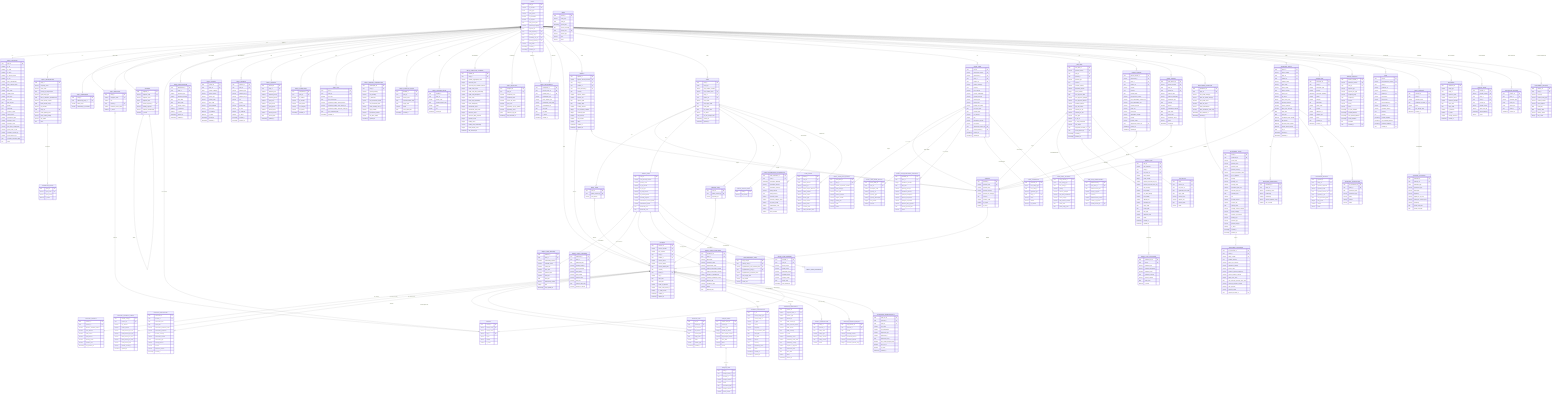
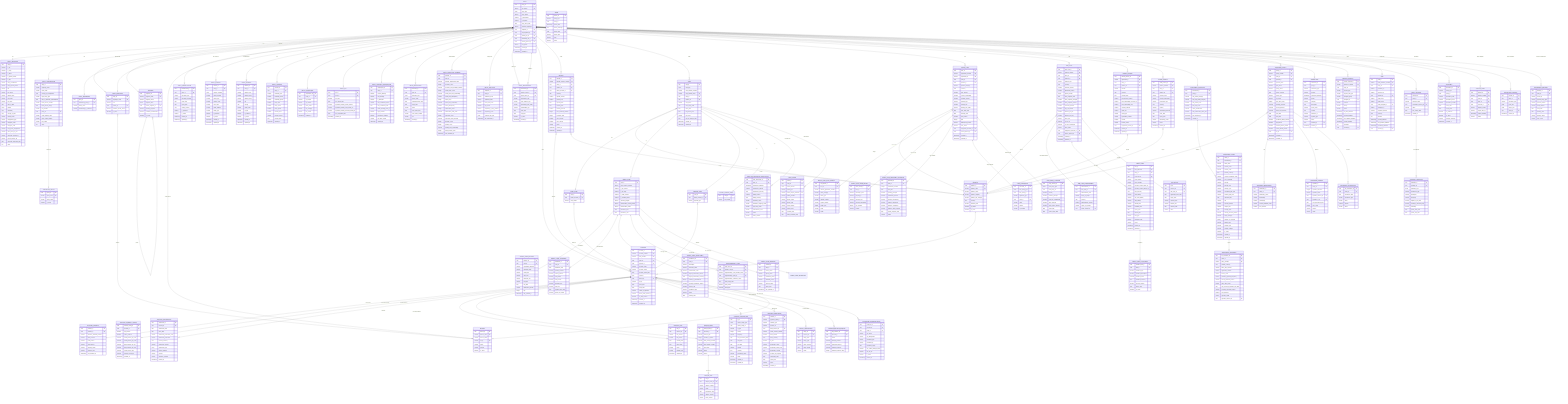
```mermaid
erDiagram

  %% ─────────────────────────────────────────────────────────
  %% DOMAIN: PARTY
  %% ─────────────────────────────────────────────────────────

  PARTY {
    uuid party_id PK
    varchar cif_number UK
    enum party_type
    varchar party_status
    boolean is_blacklisted
    boolean is_negated
    date party_since_date
    varchar preferred_language
    uuid segment_id FK
    uuid sub_segment_id FK
    uuid primary_rm_id FK
    uuid secondary_rm_id FK
    uuid primary_branch_id FK
    varchar risk_profile
    timestamp created_at
    timestamp updated_at
  }

  PARTY_INDIVIDUAL {
    uuid party_id PK
    boolean is_vip
    boolean is_royal
    boolean is_minor
    boolean is_special_needs
    boolean is_pep
    varchar party_classification
    varchar party_special_status
    varchar title
    varchar first_name
    varchar middle_name
    varchar last_name
    varchar full_name
    date date_of_birth
    enum gender
    char nationality
    char country_of_birth
    varchar marital_status
    varchar employment_type
    varchar employer_name
    varchar employer_code
    numeric total_years_employment
    numeric years_since_in_uae
    varchar customer_sourced_by
    varchar source_branch_sol
    date customer_deceased_date
    text notes
  }

  PARTY_ORGANIZATION {
    uuid party_id PK
    varchar company_name
    varchar short_name
    char country_of_incorporation
    varchar legal_entity_type
    date date_of_business_establishment
    varchar trade_license_number
    date trade_license_expiry
    varchar gcd_number
    uuid group_id FK
    varchar credit_grading_code
    varchar group_credit_grading
    varchar risk_profile
    text notes
  }

  CORPORATE_GROUP {
    uuid group_id PK
    varchar group_code UK
    varchar group_name
    boolean is_active
  }

  PARTY_IDENTIFICATION {
    uuid identification_id PK
    uuid party_id FK
    varchar document_type
    varchar document_number
    date issue_date
    date expiry_date
    char issuing_country
    boolean is_preferred
    boolean is_active
    timestamp created_at
    timestamp updated_at
  }

  PARTY_CONTACT {
    uuid contact_id PK
    uuid party_id FK
    enum contact_category
    varchar phone_number
    varchar phone_type
    varchar country_code
    varchar area_code
    varchar email_address
    varchar email_type
    boolean is_preferred
    boolean is_active
    timestamp created_at
    timestamp updated_at
  }

  PARTY_ADDRESS {
    uuid address_id PK
    uuid party_id FK
    varchar address_type
    varchar address_line_1
    varchar address_line_2
    varchar city
    char country
    varchar postal_code
    varchar po_box
    boolean is_preferred
    boolean is_active
    timestamp created_at
    timestamp updated_at
  }

  PARTY_CONSENT {
    uuid consent_id PK
    uuid party_id FK
    boolean marketing_sms
    boolean marketing_email
    boolean marketing_phone
    boolean group_sms
    boolean group_email
    boolean group_phone
    boolean consent_aecb
    varchar consent_source
    date consent_date
    timestamp updated_at
  }

  PARTY_COMPLIANCE {
    uuid compliance_id PK
    uuid party_id FK
    boolean us_relation
    varchar tin_number
    varchar fatca_status
    varchar crs_category
    varchar crs_criteria
    timestamp updated_at
  }

  PARTY_KYC {
    uuid kyc_id PK
    uuid party_id FK
    boolean kyc_held
    date kyc_review_date
    numeric expected_monthly_credit_turnover
    numeric expected_monthly_cash_credit_pct
    numeric expected_monthly_noncash_credit_pct
    date kyc_completed_date
    timestamp updated_at
  }

  PARTY_CHANNEL_SUBSCRIPTION {
    uuid subscription_id PK
    uuid party_id FK
    boolean internet_banking
    boolean sms_banking
    boolean e_statement
    varchar aani_enrollment_status
    date aani_enrollment_date
    varchar online_banking_user_id
    boolean login_enabled
    boolean transaction_enabled
    varchar rak_token_status
    timestamp updated_at
  }

-   PARTY_BLACKLIST_DETAIL {
-     uuid blacklist_id PK
-     uuid party_id FK
+   PARTY_RESTRICTION {
+     uuid restriction_id PK
+     uuid party_id FK
+     enum restriction_type
    varchar reason_code
    date commencement_date
    date expiry_date
    varchar status
    date court_order_date
-     timestamp created_at
-   }
- 
-   PARTY_NEGATED_DETAIL {
-     uuid negated_id PK
-     uuid party_id FK
-     varchar reason_code
-     date commencement_date
-     varchar status
+     varchar court_order_number
    varchar unit
    timestamp created_at
  }

  PARTY_RELATIONSHIP {
    uuid relationship_id PK
    uuid primary_party_id FK
    uuid related_party_id FK
    varchar relationship_type
    varchar bank_relation_type
    varchar relationship_with_entity
    numeric shareholding_pct
    date start_date
    date end_date
    boolean is_active
    timestamp created_at
  }

  PARTY_PORTFOLIO_SUMMARY {
    uuid portfolio_id PK
    uuid party_id FK
    numeric portfolio_aggregated_value
    integer accounts_count
    numeric accounts_total_available_balance
    integer credit_cards_count
    numeric credit_card_total_outstanding
    varchar credit_card_delinquency
    integer loans_count
    numeric loans_total_outstanding
    varchar loans_delinquency
    integer investments_count
    numeric investments_total_value
    integer insurance_count
    numeric insurance_total_premium
    integer deposits_count
    integer lending_count
    numeric lending_total_outstanding
    integer trade_finance_count
    timestamp last_refreshed_at
  }

  PARTY_ANALYTICS {
    uuid analytics_id PK
    uuid party_id FK
    numeric sentiment_score
    varchar sentiment_label
    numeric churn_risk_score
    numeric nps_score
    varchar propensity_to_buy_product
    numeric propensity_score
    jsonb customer_kpi_json
    timestamp last_refreshed_at
  }

  SEGMENT {
    uuid segment_id PK
    varchar segment_code UK
    varchar segment_name
    enum segment_level
    uuid parent_segment_id FK
    varchar industry_segment
    varchar customer_classification
    boolean is_active
  }

  PARTY_EMPLOYEE {
    uuid party_id PK
    varchar employee_code UK
    varchar role
    uuid branch_id FK
    varchar business_center_name
    boolean is_active
  }

  PARTY_REFERENCE {
    uuid party_id PK
    uuid referencing_party_id FK
    varchar friend_name
    varchar relationship_to_customer
  }

  BRANCH {
    uuid branch_id PK
    varchar branch_code UK
    varchar branch_name
    varchar sol_id UK
    varchar region
    varchar emirate
    boolean is_active
  }

  %% ─────────────────────────────────────────────────────────
  %% DOMAIN: PRODUCTS — ACCOUNTS & CARDS
  %% ─────────────────────────────────────────────────────────

  PRODUCT {
    uuid product_id PK
    varchar product_code UK
    varchar product_name
    varchar product_category
    varchar product_sub_category
    char currency
    varchar scheme_code
    boolean is_islamic
    boolean is_active
  }

  ACCOUNT {
    uuid account_id PK
    varchar account_number UK
    varchar iban_number UK
    uuid party_id FK
    uuid product_id FK
    varchar account_name
    varchar account_status
    date account_status_date
    char currency
    uuid branch_id FK
    varchar sol_id
    date open_date
    date close_date
    varchar mode_of_operation
    varchar freeze_code_reason_1
    boolean is_staff_account
    timestamp created_at
    timestamp updated_at
  }

  ACCOUNT_BALANCE {
    uuid balance_id PK
    uuid account_id FK
    numeric effective_available_balance
    numeric clear_balance
    numeric hold_amount
    numeric float_balance
    numeric drawing_power
    numeric sanction_limit
    timestamp last_updated_at
  }

  ACCOUNT_INTEREST_CONFIG {
    uuid interest_config_id PK
    uuid account_id FK
    boolean pay_interest
    boolean collect_interest
    numeric credit_interest_pct_min
    numeric credit_interest_pct_max
    numeric debit_interest_pct_min
    numeric debit_interest_pct_max
    numeric credit_interest_amt
    numeric interest_accrued_cr
    timestamp updated_at
  }

  ACCOUNT_TRANSACTION {
    uuid transaction_id PK
    uuid account_id FK
    date transaction_date
    date value_date
    varchar transaction_particulars_code
    varchar transaction_particulars
    char account_currency
    numeric transaction_amount
    enum transaction_type
    numeric running_balance
    varchar channel
    varchar reference_number
    timestamp created_at
  }

  ACCOUNT_LIEN {
    uuid lien_id PK
    uuid account_id FK
    numeric lien_amount
    varchar lien_reason
    date created_date
    date expiry_date
    varchar status
    varchar module_type
    timestamp updated_at
  }

  CHEQUE_BOOK {
    uuid cheque_book_id PK
    uuid account_id FK
    varchar cheque_type
    integer number_of_leaves
    varchar start_cheque_number
    varchar end_cheque_number
    date issue_date
    varchar status
    varchar source
  }

  CHEQUE_LEAF {
    uuid leaf_id PK
    uuid cheque_book_id FK
-     uuid account_id FK
    varchar cheque_number
    varchar status
    date transaction_date
    numeric cheque_amount
    varchar return_reason
  }

  STANDING_INSTRUCTION {
    uuid si_id PK
    enum source_entity_type
    uuid source_entity_id
    varchar si_type
    integer priority
    varchar frequency
    date next_execution_date
    date start_date
    date end_date
    numeric amount
    char currency
    varchar beneficiary_name
    varchar status
    timestamp created_at
    timestamp updated_at
  }

  TRANSFER_REMITTANCE {
    uuid transfer_id PK
    varchar payment_order_id UK
    varchar transfer_type
    varchar channel_id
    uuid debit_account_id FK
    varchar credit_account_number
    numeric debit_amount
    char debit_currency
    numeric fx_rate
    varchar beneficiary_name
    varchar beneficiary_bank_swift
    char beneficiary_country
    varchar purpose_of_payment
    date transaction_date
    date value_date
    varchar status
    timestamp created_at
  }

  DEPOSIT {
    uuid deposit_id PK
    varchar deposit_account_number UK
    uuid party_id FK
    uuid product_id FK
    uuid linked_account_id FK
    char currency
    numeric deposit_amount
    numeric interest_rate
    date opening_date
    date maturity_date
    numeric maturity_amount
    integer max_renewals_allowed
    integer renewals_done
    boolean auto_renewal
    boolean auto_closure
    varchar status
    timestamp created_at
    timestamp updated_at
  }

  CARD {
    uuid card_id PK
    enum card_type
    varchar card_number_masked
    varchar card_number_token UK
    uuid party_id FK
    uuid product_id FK
    varchar card_status
    char card_expiry_date
    date issue_date
    date last_renew_date
    varchar pin_status
    date pin_last_change_date
    timestamp created_at
    timestamp updated_at
  }

  DEBIT_CARD {
    uuid card_id PK
    uuid linked_account_id FK
    varchar card_variant
  }

  PREPAID_CARD {
    uuid card_id PK
    uuid linked_account_id FK
    varchar prepaid_type
  }

  CREDIT_CARD {
    uuid card_id PK
    varchar card_account_number
-     varchar product_code
    boolean is_vip_normal
    boolean is_vip_high
    boolean is_staff_account
    boolean is_enrolled_falcon
    varchar rewards_program
    varchar authorization_control_profile
    varchar authorization_status
    date deactivate_from
    date deactivate_until
  }

  DIGITAL_ACCESS_CARD {
    uuid card_id PK
    varchar dac_holder
  }

  CREDIT_CARD_BALANCE {
    uuid balance_id PK
    uuid card_id FK
    numeric outstanding_balance
    numeric available_funds
    numeric credit_limit
    numeric cash_limit
    numeric minimum_due
    numeric total_due
    date due_date
    varchar delinquency_bucket
    integer dpd
    timestamp last_updated_at
  }

  CREDIT_CARD_STATEMENT {
    uuid statement_id PK
    uuid card_id FK
    date statement_date
    numeric opening_balance
    numeric closing_balance
    numeric total_debits
    numeric total_credits
    numeric minimum_due
    numeric total_due
    date payment_due_date
    numeric quote_for_closure
  }

  CARD_AUTHORIZATION_TRANSACTION {
    uuid auth_transaction_id PK
    uuid card_id FK
    timestamp transaction_datetime
    numeric transaction_amount
    char transaction_currency
    numeric billing_amount
    char billing_currency
    varchar merchant_name
    varchar merchant_category_code
    varchar pos_entry_mode
    varchar authorization_code
    varchar status
    varchar token_number
  }

  CARD_TOKEN {
    uuid token_id PK
    uuid card_id FK
    enum token_network
    varchar token_type
    varchar token_unique_reference UK
    varchar wallet_provider
    varchar device_name
    varchar device_type
    varchar serial_number
    varchar token_status
    date creation_date
    date initial_activation_date
  }

  CREDIT_CARD_INSTALLMENT {
    uuid installment_id PK
    uuid card_id FK
    varchar description
    varchar merchant_name
    varchar authorization_code
    numeric original_transaction_amount
    char original_transaction_currency
    integer number_of_installments
    numeric monthly_installment_amount
    numeric interest_rate
    varchar installment_type
    varchar status
    date booking_date
  }

  SUPPLEMENTARY_CARD {
    uuid supp_card_id PK
    uuid primary_card_id FK
    varchar supplementary_card_number_token UK
    uuid supplementary_party_id FK
    varchar supplementary_customer_name
    char card_expiry_date
    varchar card_status
    numeric credit_limit
  }

  CREDIT_CARD_REWARDS {
    uuid rewards_id PK
    uuid card_id FK
    numeric bonus_points
    numeric spend_points
    numeric redeemed_points
    numeric available_points
    numeric expiring_points
    date expiry_date
    timestamp last_updated_at
  }

  AUTHORIZED_REPRESENTATIVE {
    uuid auth_rep_id PK
    uuid account_id FK
    uuid party_id FK
    varchar rep_name
    varchar rep_designation
    varchar document_type
    varchar document_id
    date document_expiry
    boolean can_collect_cheque_book
    boolean can_do_eft
    boolean is_active
    timestamp created_at
  }

  %% ─────────────────────────────────────────────────────────
  %% DOMAIN: LENDING
  %% ─────────────────────────────────────────────────────────

  RETAIL_LOAN {
    uuid loan_id PK
    varchar agreement_number UK
    varchar agreement_id UK
    uuid party_id FK
    uuid product_id FK
    varchar product_category
    char currency
    numeric loan_amount
    numeric current_outstanding
    numeric overdue_amount
    varchar interest_type
    numeric interest_rate
    varchar floating_rate_index
    date loan_start_date
    date maturity_date
    numeric emi_amount
    integer dpd
    varchar delinquency_bucket
    varchar loan_status
    uuid repayment_account_id FK
    uuid source_branch_id FK
    timestamp created_at
    timestamp updated_at
  }

  RETAIL_LOAN_AUTO_DETAILS {
    uuid auto_detail_id PK
    uuid loan_id FK
    varchar vehicle_registration_number
    varchar asset_category
    varchar asset_type
    varchar chassis_number
    varchar engine_number
    integer model_year
    varchar make
    varchar model
  }

  RETAIL_LOAN_HOME_DETAILS {
    uuid home_detail_id PK
    uuid loan_id FK
    varchar developer_code
    varchar property_id
    varchar property_type
    varchar property_description
    integer lien_position
    varchar emirate
  }

  RETAIL_LOAN_REPAYMENT_SCHEDULE {
    uuid schedule_id PK
    uuid loan_id FK
    integer installment_number
    date due_date
    numeric opening_principal
    numeric installment_amount
    numeric principal_component
    numeric interest_component
    numeric charges_component
    numeric balance_after_payment
    date actual_payment_date
    varchar status
  }

  LOAN_GUARANTOR {
    uuid guarantor_id PK
    enum loan_entity_type
    uuid loan_entity_id
    varchar applicant_type
    uuid party_id FK
    varchar name
    varchar relation
    varchar cif_number
  }

  LOAN_EARLY_CLOSURE {
    uuid early_closure_id PK
    enum loan_entity_type
    uuid loan_entity_id
    numeric penalty
    numeric balance_principal
    numeric past_due_installments
    numeric other_charges
    numeric total_closure_amount
    date quote_date
    date quote_expiry_date
  }

  SME_LOAN {
    uuid sme_loan_id PK
    varchar product_number UK
    uuid party_id FK
    uuid product_id FK
    varchar product_type
    char currency
    numeric sanction_amount
    numeric disbursed_amount
    integer period_months
    date next_payment_date
    numeric next_payment_principal
    numeric next_payment_interest
    numeric schedule_balance
    numeric pay_off_amount
    numeric interest_pct_min
    numeric interest_pct_max
    varchar loan_type
    boolean is_top_up
    boolean is_auto_reschedule
    varchar loan_status
    uuid repayment_account_id FK
    uuid source_branch_id FK
    timestamp created_at
    timestamp updated_at
  }

  SME_LOAN_DISBURSEMENT {
    uuid disbursement_id PK
    uuid sme_loan_id FK
    date disbursement_date
    varchar stage_of_project
    char currency
    numeric disbursement_amount
    varchar mode_of_payment
    uuid credit_account_id FK
  }

  CREDIT_LIMIT {
    uuid limit_id PK
    varchar limit_reference UK
    uuid party_id FK
    uuid sme_loan_id FK
    varchar level_number
    integer serial_number
    numeric sanction_amount_limit_ccy
    numeric sanction_amount_home_ccy
    char limit_currency
    numeric fund_liability
    numeric non_fund_liability
    numeric total_liability
    numeric utilized_limit
    numeric available_limit
    date expiry_date
    date review_date
    varchar limit_type
    varchar collateral_code
    varchar status
    timestamp created_at
    timestamp updated_at
  }

  CREDIT_LIMIT_COLLATERAL {
    uuid collateral_link_id PK
    uuid limit_id FK
    varchar collateral_type
    varchar collateral_description
    numeric collateral_value
    char collateral_currency
    varchar account_number
    date expiry_date
    boolean is_active
  }

  OD_FACILITY {
    uuid od_id PK
    uuid account_id FK
    uuid sme_loan_id FK
    date application_from_date
    date expiry_date
    numeric sanction_limit
    numeric interest_rate
    date sanction_date
    varchar status
  }

  ISLAMIC_FINANCE {
    uuid islamic_finance_id PK
    varchar agreement_id UK
    uuid party_id FK
    uuid product_id FK
    varchar scheme
    char currency
    date maturity_date
    numeric total_finance_amount
    numeric total_outstanding_account_ccy
    numeric total_outstanding_aed
    numeric overdue_amount
    numeric profit_rate
    varchar asset_type
    varchar registration_number
    boolean insured
    varchar finance_status
    uuid repayment_account_id FK
    timestamp created_at
    timestamp updated_at
  }

  TRADE_FINANCE {
    uuid trade_finance_id PK
    varchar product_number UK
    uuid party_id FK
    uuid product_id FK
    varchar scheme_code
    varchar scheme_description
    varchar instrument_type
    char currency
    numeric amount
    numeric outstanding_amount
    date issue_date
    date expiry_date
    varchar beneficiary_name
    varchar status
    timestamp created_at
  }

  %% ─────────────────────────────────────────────────────────
  %% DOMAIN: INVESTMENTS & INSURANCE
  %% ─────────────────────────────────────────────────────────

  INVESTMENT_PORTFOLIO {
    uuid investment_id PK
    uuid party_id FK
    varchar risk_profile_category
    varchar final_risk_profile_category
    numeric risk_profile_score
    numeric final_risk_score
    varchar client_classification
    numeric total_investment_value_aed
    timestamp last_refreshed_at
    timestamp created_at
  }

  INVESTMENT_ASSET {
    uuid asset_id PK
    uuid investment_id FK
    varchar asset_class
    varchar product_name
    varchar product_code
    char product_currency
    numeric current_investment_value
    numeric pct_of_portfolio
    numeric quantity
    varchar quantity_unit
    numeric average_cost
    numeric unrealized_gain_loss
    numeric realized_gain_loss
    date valuation_date
    numeric nav
    numeric accrued_interest
    numeric coupon_rate
    date maturity_date
    varchar custody_account_number
    varchar equity_category
    integer number_of_contracts
    varchar holding_type
    varchar product_type
    varchar product_subtype
    boolean is_active
    timestamp created_at
    timestamp updated_at
  }

  INVESTMENT_INSURANCE {
    uuid inv_insurance_id PK
    uuid asset_id FK
    varchar policy_number UK
    char product_currency
    numeric basic_sum_assured
    varchar application_number
    varchar insurer_code
    varchar premium_payment_frequency
    numeric annual_premium_amount
    integer policy_term_years
    date next_recurring_premium_due_date
    numeric recurring_premium_amount
    boolean auto_premium
    varchar payment_mode
    uuid payment_account_id FK
  }

  INSURANCE_POLICY {
    uuid policy_id PK
    varchar policy_number UK
    uuid party_id FK
    uuid product_id FK
    varchar product_name
    varchar plan_name
    varchar policy_status
    char policy_currency
    varchar policy_type
    varchar isp_name
    integer plan_term_years
    numeric monthly_premium
    numeric annual_premium
    numeric basic_sum_assured
    date start_date
    date end_date
    boolean accidental_death_benefit
    boolean ptd_benefit
    boolean terminal_illness_benefit
    boolean critical_illness_benefit
    uuid rm_id FK
    timestamp created_at
    timestamp updated_at
  }

  INSURANCE_BENEFICIARY {
    uuid beneficiary_id PK
    uuid policy_id FK
    varchar beneficiary_name
    varchar relationship
    numeric percentage
    varchar covered_member_name
    numeric sum_covered
  }

  INSURANCE_PAYMENT {
    uuid payment_id PK
    uuid policy_id FK
    integer payment_sequence
    varchar payment_mode
    uuid payment_account_id FK
    uuid payment_cc_id FK
    date next_processing_date
    integer retry_count
    numeric amount
    varchar status
  }

  INSURANCE_TRANSACTION {
    uuid ins_transaction_id PK
    uuid policy_id FK
    date transaction_date
    varchar transaction_type
    varchar mode
    numeric amount
    varchar status
  }

  %% ─────────────────────────────────────────────────────────
  %% DOMAIN: CRM OPERATIONS
  %% ─────────────────────────────────────────────────────────

  INTERACTION {
    uuid interaction_id PK
    uuid party_id FK
    varchar interaction_type
    varchar channel
    timestamp interaction_datetime
    varchar priority
    varchar category
    text description
    varchar event_name
    text content
    varchar reference_id
    varchar request_type
    varchar status
    uuid created_by FK
    timestamp created_at
  }

  SERVICE_REQUEST {
    uuid service_request_id PK
    varchar reference_number UK
    uuid party_id FK
    varchar request_type
    varchar request_sub_type
    varchar assigned_group
    uuid assigned_to FK
    varchar channel
    varchar priority
    varchar status
    timestamp sla_due_datetime
    timestamp created_datetime
    timestamp last_updated_datetime
    timestamp closed_datetime
    text resolution
    uuid created_by FK
  }

  LEAD {
    uuid lead_id PK
    varchar lead_reference_number UK
    uuid party_id FK
    varchar customer_cif
    varchar prospect_cif
    uuid product_id FK
    varchar lead_status
    varchar lead_source
    uuid lead_assigned_to FK
    varchar campaign_id
    numeric expected_amount
    char currency
    text remarks
    timestamp created_datetime
    timestamp last_updated_datetime
    timestamp converted_datetime
    uuid created_by FK
  }

  PARTY_PACKAGE {
    uuid package_id PK
    uuid party_id FK
    varchar package_name
    uuid enrollment_account_id FK
    varchar status
    date last_activity_date
    timestamp created_at
  }

  PACKAGE_UTILIZATION {
    uuid utilization_id PK
    uuid package_id FK
    enum utilization_type
    varchar transaction_type
    varchar description
    varchar frequency
    numeric eligible_at_cif_level
    numeric availed_at_account_level
    numeric remaining
    date period_start_date
    date period_end_date
  }

  DOCUMENT {
    uuid document_id PK
    varchar entity_type
    uuid entity_id
    varchar document_code
    varchar document_name
    varchar document_number
    date issue_date
    date expiry_date
    boolean is_preferred
    boolean is_active
    varchar storage_reference
    timestamp created_at
  }

  MEMO {
    uuid memo_id PK
    varchar entity_type
    uuid entity_id
    timestamp memo_date
    text memo_message
    uuid memo_user FK
    varchar memo_type
    varchar topic
    varchar intent
  }

  DISPUTE_FORM {
    uuid dispute_id PK
    varchar dispute_number UK
    uuid party_id FK
    uuid card_id FK
    uuid account_id FK
    varchar dispute_reason
    varchar report_sent_by
    timestamp raised_datetime
    varchar status
  }

  CALCULATOR_SESSION {
    uuid session_id PK
    uuid party_id FK
    varchar calculator_type
    jsonb input_json
    jsonb output_json
    uuid used_by FK
    timestamp created_at
  }

  SALARY_TRANSACTION {
    uuid salary_id PK
    uuid account_id FK
    date salary_date
    varchar salary_type
    numeric salary_amount
    char salary_month
    varchar status
  }

  ESTATEMENT_DELIVERY {
    uuid delivery_id PK
    uuid party_id FK
    varchar record_id
    varchar product_entity_type
    varchar product_number
    varchar email_address
    date send_date
    date delivery_date
    varchar delivery_status
    integer retry_count
  }

  AVERAGE_BALANCE_ENQUIRY {
    uuid avg_balance_id PK
    uuid account_id FK
    char month
    numeric average_balance
    numeric maximum_balance
    numeric minimum_balance
    integer minimum_balance_days
  }

  %% ─────────────────────────────────────────────────────────
  %% RELATIONSHIPS
  %% ─────────────────────────────────────────────────────────

  PARTY ||--o| PARTY_INDIVIDUAL : "is-a"
  PARTY ||--o| PARTY_ORGANIZATION : "is-a"
  PARTY ||--o| PARTY_EMPLOYEE : "is-a"
  PARTY ||--o| PARTY_REFERENCE : "is-a"
  PARTY_ORGANIZATION }o--o| CORPORATE_GROUP : "belongs to"
  SEGMENT ||--o{ SEGMENT : "parent"
  PARTY }o--o| SEGMENT : "segment"
  PARTY }o--o| PARTY_EMPLOYEE : "primary RM"
  PARTY }o--o| BRANCH : "home branch"
  PARTY_EMPLOYEE }o--o| BRANCH : "works at"

  PARTY ||--o{ PARTY_IDENTIFICATION : "has"
  PARTY ||--o{ PARTY_CONTACT : "has contacts"
  PARTY ||--o{ PARTY_ADDRESS : "has addresses"
  PARTY ||--o| PARTY_CONSENT : "has"
  PARTY ||--o| PARTY_COMPLIANCE : "has"
  PARTY ||--o| PARTY_KYC : "has"
  PARTY ||--o| PARTY_CHANNEL_SUBSCRIPTION : "has"
-   PARTY ||--o{ PARTY_BLACKLIST_DETAIL : "has"
-   PARTY ||--o{ PARTY_NEGATED_DETAIL : "has"
+   PARTY ||--o{ PARTY_RESTRICTION : "has"
  PARTY ||--o| PARTY_PORTFOLIO_SUMMARY : "summarised in"
  PARTY ||--o| PARTY_ANALYTICS : "analysed in"
  PARTY ||--o{ PARTY_RELATIONSHIP : "primary in"
  PARTY ||--o{ PARTY_RELATIONSHIP : "related in"

  PARTY ||--o{ ACCOUNT : "owns"
  ACCOUNT ||--|| ACCOUNT_BALANCE : "has balance"
  ACCOUNT ||--o| ACCOUNT_INTEREST_CONFIG : "has interest config"
  ACCOUNT ||--o{ ACCOUNT_TRANSACTION : "has transactions"
  ACCOUNT ||--o{ ACCOUNT_LIEN : "has liens"
  ACCOUNT ||--o{ CHEQUE_BOOK : "has cheque books"
  CHEQUE_BOOK ||--o{ CHEQUE_LEAF : "has leaves"
  ACCOUNT ||--o{ STANDING_INSTRUCTION : "has SIs"
  ACCOUNT ||--o{ TRANSFER_REMITTANCE : "debit source"
  ACCOUNT ||--o{ SALARY_TRANSACTION : "receives salary"
  ACCOUNT ||--o{ AVERAGE_BALANCE_ENQUIRY : "has avg balance"
  ACCOUNT ||--o{ AUTHORIZED_REPRESENTATIVE : "has auth reps"
  ACCOUNT }o--o| BRANCH : "held at"

  PARTY ||--o{ DEPOSIT : "holds"
  DEPOSIT }o--o| ACCOUNT : "linked to"
  DEPOSIT }o--|| PRODUCT : "of type"

  PARTY ||--o{ CARD : "holds"
  CARD }o--|| PRODUCT : "of type"
  CARD ||--o| DEBIT_CARD : "is-a"
  CARD ||--o| CREDIT_CARD : "is-a"
  CARD ||--o| PREPAID_CARD : "is-a"
  CARD ||--o| DIGITAL_ACCESS_CARD : "is-a"
  DEBIT_CARD }o--o| ACCOUNT : "linked to"
  PREPAID_CARD }o--o| ACCOUNT : "linked to"
  CARD ||--o{ CARD_AUTHORIZATION_TRANSACTION : "has auth txns"
  CARD ||--o{ CARD_TOKEN : "tokenised in"

  CREDIT_CARD ||--|| CREDIT_CARD_BALANCE : "has balance"
  CREDIT_CARD ||--o{ CREDIT_CARD_STATEMENT : "has statements"
  CREDIT_CARD ||--o{ CREDIT_CARD_INSTALLMENT : "has installments"
  CREDIT_CARD ||--o{ SUPPLEMENTARY_CARD : "has supp cards"
  CREDIT_CARD ||--o| CREDIT_CARD_REWARDS : "has rewards"
  CREDIT_CARD ||--o{ CREDIT_CARD_INSURANCE : "has insurance"

  PARTY ||--o{ RETAIL_LOAN : "has"
  RETAIL_LOAN }o--|| PRODUCT : "of type"
  RETAIL_LOAN ||--o| RETAIL_LOAN_AUTO_DETAILS : "auto details"
  RETAIL_LOAN ||--o| RETAIL_LOAN_HOME_DETAILS : "home details"
  RETAIL_LOAN ||--o{ RETAIL_LOAN_REPAYMENT_SCHEDULE : "has schedule"
  RETAIL_LOAN ||--o{ LOAN_GUARANTOR : "has guarantors"
  RETAIL_LOAN ||--o{ LOAN_EARLY_CLOSURE : "closure quote"

  PARTY ||--o{ SME_LOAN : "has"
  SME_LOAN }o--|| PRODUCT : "of type"
  SME_LOAN ||--o{ SME_LOAN_DISBURSEMENT : "has disbursements"
  SME_LOAN ||--o{ CREDIT_LIMIT : "has limits"
  SME_LOAN ||--o{ OD_FACILITY : "has OD"
  CREDIT_LIMIT ||--o{ CREDIT_LIMIT_COLLATERAL : "secured by"

  PARTY ||--o{ ISLAMIC_FINANCE : "has"
  ISLAMIC_FINANCE }o--|| PRODUCT : "of type"

  PARTY ||--o{ TRADE_FINANCE : "has"
  TRADE_FINANCE }o--|| PRODUCT : "of type"

  PARTY ||--o| INVESTMENT_PORTFOLIO : "has"
  INVESTMENT_PORTFOLIO ||--o{ INVESTMENT_ASSET : "contains"
  INVESTMENT_ASSET ||--o| INVESTMENT_INSURANCE : "may be"

  PARTY ||--o{ INSURANCE_POLICY : "holds"
  INSURANCE_POLICY }o--|| PRODUCT : "of type"
  INSURANCE_POLICY ||--o{ INSURANCE_BENEFICIARY : "has"
  INSURANCE_POLICY ||--o{ INSURANCE_PAYMENT : "paid via"
  INSURANCE_POLICY ||--o{ INSURANCE_TRANSACTION : "has txns"

  PARTY ||--o{ INTERACTION : "has"
  PARTY ||--o{ SERVICE_REQUEST : "raises"
  PARTY ||--o{ LEAD : "targeted by"
  PARTY ||--o{ PARTY_PACKAGE : "enrolled in"
  PARTY_PACKAGE ||--o{ PACKAGE_UTILIZATION : "has utilisation"
  PARTY ||--o{ DOCUMENT : "has documents"
  PARTY ||--o{ DISPUTE_FORM : "raises disputes"
  PARTY ||--o{ CALCULATOR_SESSION : "uses calculators"
  PARTY ||--o{ ESTATEMENT_DELIVERY : "receives eStatements"

  PRODUCT ||--o{ ACCOUNT : "defines"
```
